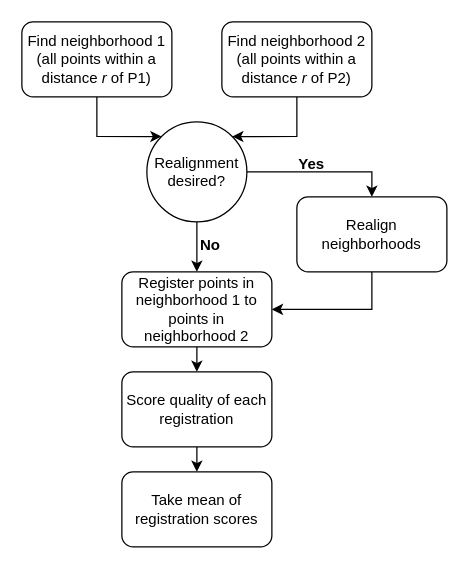
This is point_disorder_paper/flow.drawio from rsjones94/point-disorder, a draw.io file, before an edit. Source tidied: cells renumbered, new cells numbered last; positions are measured from the earlier drawing's top-left corner, leaving out a move shared by most shapes. Both pictures are drawn from the tidied source at 125%, with x=0, y=0 at pixel (21, 21).
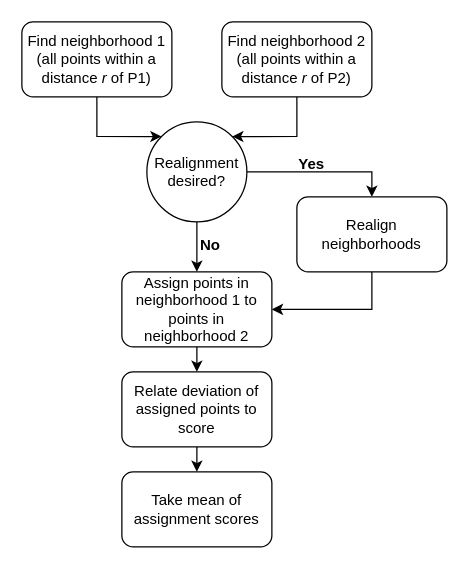
The same diagram, later.

What changed in the source:
```diff
@@
-    <mxCell id="12" value="Register points in neighborhood 1 to points in neighborhood 2" style="rounded=1;whiteSpace=wrap;html=1;" parent="1" vertex="1">
+    <mxCell id="12" value="Assign points in neighborhood 1 to points in neighborhood 2" style="rounded=1;whiteSpace=wrap;html=1;" parent="1" vertex="1">
       <mxGeometry x="80" y="200" width="120" height="60" as="geometry" />
     </mxCell>
@@
-    <mxCell id="14" value="Score quality of each registration" style="rounded=1;whiteSpace=wrap;html=1;" parent="1" vertex="1">
+    <mxCell id="14" value="Relate deviation of assigned points to score" style="rounded=1;whiteSpace=wrap;html=1;" parent="1" vertex="1">
       <mxGeometry x="80" y="280" width="120" height="60" as="geometry" />
     </mxCell>
-    <mxCell id="15" value="Take mean of registration scores" style="rounded=1;whiteSpace=wrap;html=1;" parent="1" vertex="1">
+    <mxCell id="15" value="Take mean of assignment scores" style="rounded=1;whiteSpace=wrap;html=1;" parent="1" vertex="1">
       <mxGeometry x="80" y="360" width="120" height="60" as="geometry" />
     </mxCell>
```
